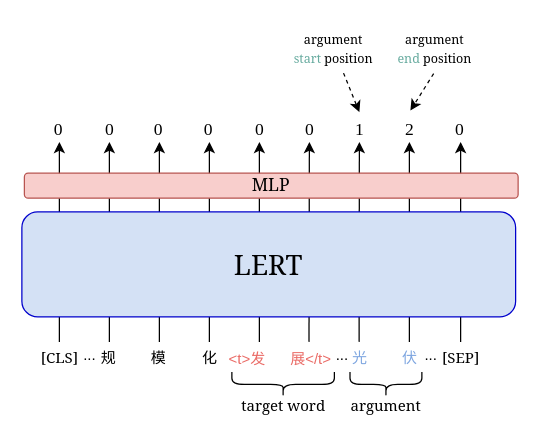
This is 子任务2.drawio from cocoWang0518/12345, a draw.io file, before an edit. Source tidied: cells renumbered, new cells numbered last; positions are measured from the earlier drawing's top-left corner, leaving out a move shared by most shapes. Both pictures are drawn from the tidied source at 125%, with x=0, y=0 at pixel (21, 21).
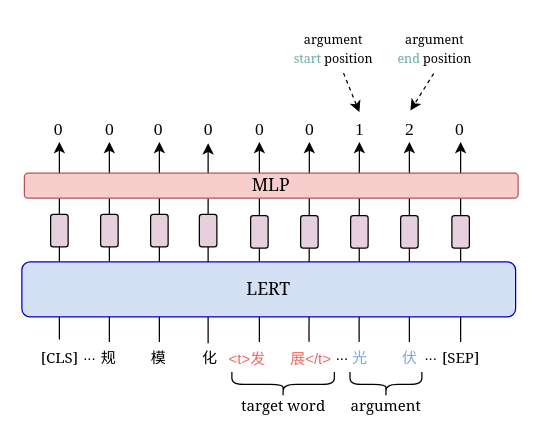
The same page after the edit.

Commit message:
更新子任务2.drawio

Unchanged cells that the change refers to:
```xml
<mxCell id="6" value="&lt;font face=&quot;Georgia&quot;&gt;[CLS]&lt;/font&gt;" style="text;html=1;align=center;verticalAlign=middle;points=[];strokeColor=none;fillColor=none;" parent="1" vertex="1">
  <mxGeometry x="5" y="254" width="50" height="30" as="geometry" />
</mxCell>
```

What changed in the source:
```diff
@@
-    <mxCell id="12" style="endArrow=classic;html=1;rounded=0;" parent="1" edge="1">
-      <mxGeometry relative="1" as="geometry">
-        <mxPoint x="150" y="256" as="sourcePoint" />
-        <mxPoint x="150" y="96" as="targetPoint" />
-      </mxGeometry>
-    </mxCell>
@@
-    <mxCell id="21" style="endArrow=classic;html=1;rounded=0;" parent="1" edge="1">
+    <mxCell id="21" style="endArrow=classic;html=1;rounded=0;" parent="1" edge="1" source="42">
       <mxGeometry relative="1" as="geometry">
-        <mxPoint x="30" y="256" as="sourcePoint" />
         <mxPoint x="30" y="96" as="targetPoint" />
       </mxGeometry>
     </mxCell>
-    <mxCell id="22" value="&lt;font style=&quot;font-size: 22px;&quot; face=&quot;Georgia&quot;&gt;LERT&lt;/font&gt;" style="rounded=1;whiteSpace=wrap;html=1;fillColor=#D4E1F5;strokeColor=#0000CC;" parent="1" vertex="1">
-      <mxGeometry y="152" width="395" height="84" as="geometry" />
-    </mxCell>
@@
-    <mxCell id="36" value="&lt;font style=&quot;font-size: 14px;&quot; face=&quot;Georgia&quot;&gt;MLP&lt;/font&gt;" style="rounded=1;whiteSpace=wrap;html=1;fillColor=#f8cecc;strokeColor=#b85450;" parent="1" vertex="1">
-      <mxGeometry x="2" y="121" width="395" height="20" as="geometry" />
-    </mxCell>
@@
+    <mxCell id="42" style="rounded=1;whiteSpace=wrap;html=1;fillColor=#E6D0DE;" parent="1" vertex="1">
+      <mxGeometry x="23" y="154" width="14" height="26" as="geometry" />
+    </mxCell>
+    <mxCell id="43" style="endArrow=none;html=1;rounded=0;entryX=0.5;entryY=1;entryDx=0;entryDy=0;" parent="1" edge="1" source="6" target="42">
+      <mxGeometry relative="1" as="geometry" />
+    </mxCell>
+    <mxCell id="44" style="rounded=1;whiteSpace=wrap;html=1;fillColor=#E6D0DE;" parent="1" vertex="1">
+      <mxGeometry x="63" y="154" width="14" height="26" as="geometry" />
+    </mxCell>
+    <mxCell id="45" style="rounded=1;whiteSpace=wrap;html=1;fillColor=#E6D0DE;" parent="1" vertex="1">
+      <mxGeometry x="103" y="154" width="14" height="26" as="geometry" />
+    </mxCell>
+    <mxCell id="46" style="endArrow=classic;html=1;rounded=0;" parent="1" edge="1">
+      <mxGeometry relative="1" as="geometry">
+        <mxPoint x="149" y="257" as="sourcePoint" />
+        <mxPoint x="149" y="97" as="targetPoint" />
+      </mxGeometry>
+    </mxCell>
+    <mxCell id="36" value="&lt;font style=&quot;font-size: 14px;&quot; face=&quot;Georgia&quot;&gt;MLP&lt;/font&gt;" style="rounded=1;whiteSpace=wrap;html=1;fillColor=#f8cecc;strokeColor=#b85450;" parent="1" vertex="1">
+      <mxGeometry x="2" y="121" width="395" height="20" as="geometry" />
+    </mxCell>
+    <mxCell id="22" value="&lt;font style=&quot;font-size: 14px;&quot; face=&quot;Georgia&quot;&gt;LERT&lt;/font&gt;" style="rounded=1;whiteSpace=wrap;html=1;fillColor=#D4E1F5;strokeColor=#0000CC;" parent="1" vertex="1">
+      <mxGeometry y="192" width="395" height="44" as="geometry" />
+    </mxCell>
+    <mxCell id="47" style="rounded=1;whiteSpace=wrap;html=1;fillColor=#E6D0DE;" parent="1" vertex="1">
+      <mxGeometry x="142" y="154" width="14" height="26" as="geometry" />
+    </mxCell>
+    <mxCell id="48" style="rounded=1;whiteSpace=wrap;html=1;fillColor=#E6D0DE;" parent="1" vertex="1">
+      <mxGeometry x="183" y="155" width="14" height="26" as="geometry" />
+    </mxCell>
+    <mxCell id="49" style="rounded=1;whiteSpace=wrap;html=1;fillColor=#E6D0DE;" parent="1" vertex="1">
+      <mxGeometry x="223" y="155" width="14" height="26" as="geometry" />
+    </mxCell>
+    <mxCell id="50" style="rounded=1;whiteSpace=wrap;html=1;fillColor=#E6D0DE;" parent="1" vertex="1">
+      <mxGeometry x="263" y="155" width="14" height="26" as="geometry" />
+    </mxCell>
+    <mxCell id="51" style="rounded=1;whiteSpace=wrap;html=1;fillColor=#E6D0DE;" parent="1" vertex="1">
+      <mxGeometry x="303" y="155" width="14" height="26" as="geometry" />
+    </mxCell>
+    <mxCell id="52" style="rounded=1;whiteSpace=wrap;html=1;fillColor=#E6D0DE;" parent="1" vertex="1">
+      <mxGeometry x="344" y="155" width="14" height="26" as="geometry" />
+    </mxCell>
```
